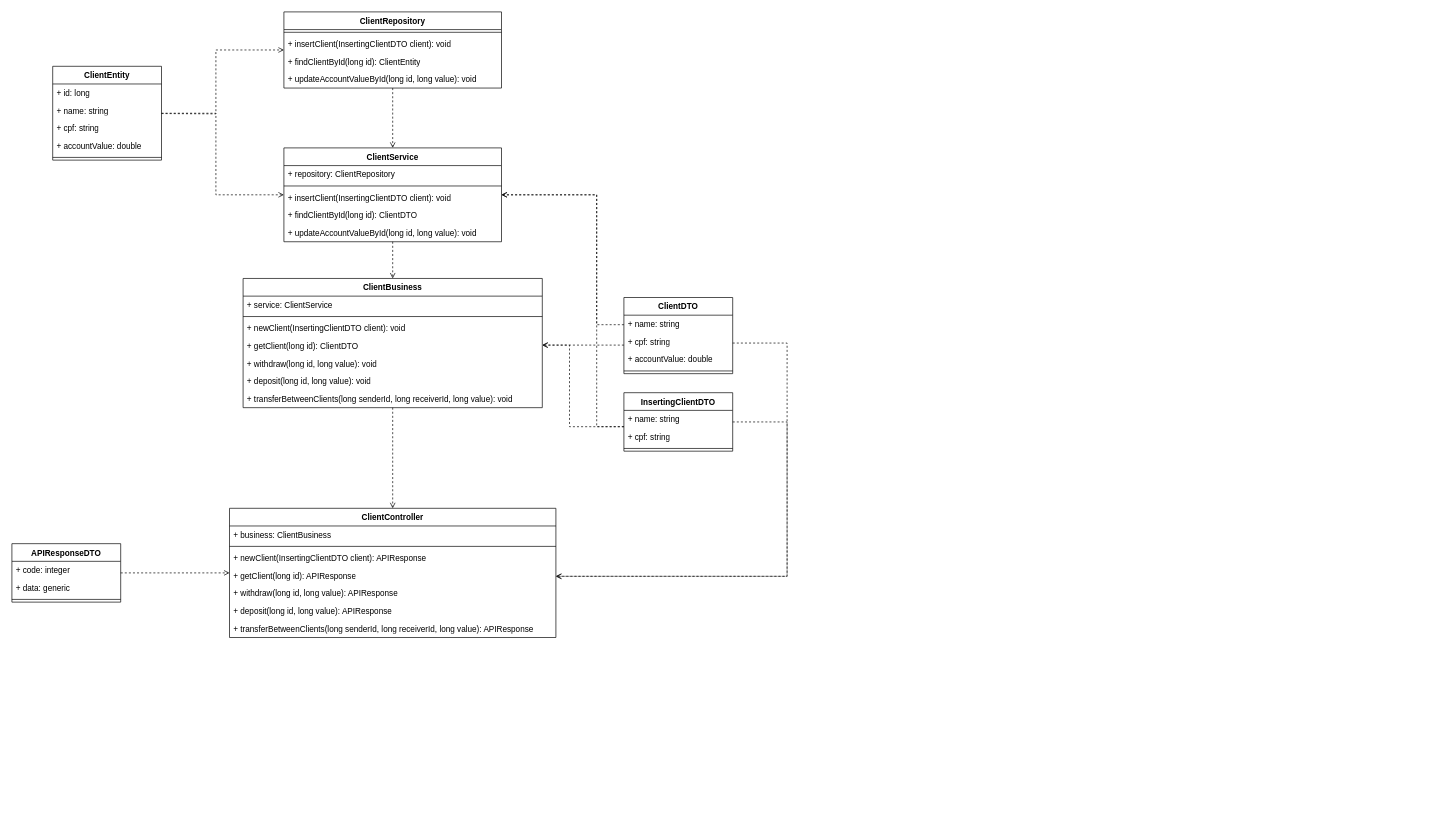
The draw.io diagram Diagrama sem nome.drawio in Bruzaum/gestaoBancaria-SOO, before the edit. Source tidied: cells renumbered, new cells numbered last; positions are measured from the earlier drawing's top-left corner, leaving out a move shared by most shapes. Both pictures are drawn from the tidied source at 68%, with x=0, y=0 at pixel (12, 12).
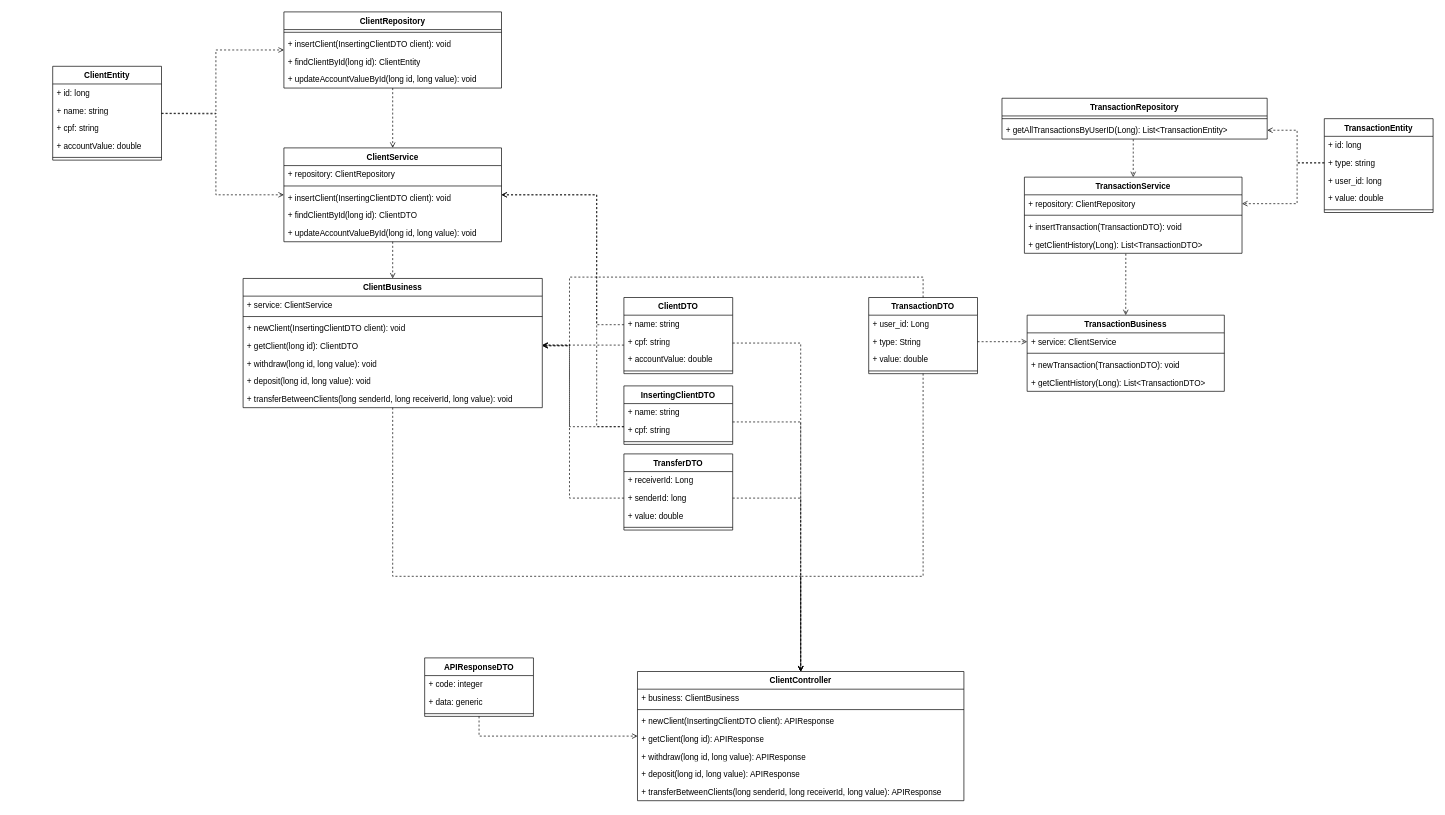
The same page after the edit.

Unchanged cells that the change refers to:
```xml
<mxCell id="24" value="ClientBusiness" style="swimlane;fontStyle=1;align=center;verticalAlign=top;horizontal=1;startSize=26;whiteSpace=wrap;html=1;" parent="1" vertex="1">
  <mxGeometry x="340" y="392" width="440" height="190" as="geometry" />
</mxCell>
<mxCell id="28" value="+ getClient(long id): ClientDTO" style="text;strokeColor=none;fillColor=none;align=left;verticalAlign=top;spacingLeft=4;spacingRight=4;overflow=hidden;points=[[0,0.5],[1,0.5]];portConstraint=eastwest;whiteSpace=wrap;html=1;" parent="24" vertex="1">
  <mxGeometry y="86" width="440" height="26" as="geometry" />
</mxCell>
<mxCell id="56" value="ClientDTO" style="swimlane;fontStyle=1;align=center;verticalAlign=top;horizontal=1;startSize=26;whiteSpace=wrap;html=1;" parent="1" vertex="1">
  <mxGeometry x="900" y="420" width="160" height="112" as="geometry" />
</mxCell>
```

Diff of the diagram source:
```diff
@@
     <mxCell id="23" style="rounded=0;jettySize=auto;html=1;entryX=0.5;entryY=0;entryDx=0;entryDy=0;dashed=1;endArrow=open;endFill=0;" parent="1" edge="1" source="24" target="32">
-      <mxGeometry relative="1" as="geometry" />
+      <mxGeometry relative="1" as="geometry">
+        <Array as="points">
+          <mxPoint x="560" y="830" />
+          <mxPoint x="1160" y="830" />
+        </Array>
+      </mxGeometry>
     </mxCell>
@@
     <mxCell id="32" value="ClientController" style="swimlane;fontStyle=1;align=center;verticalAlign=top;horizontal=1;startSize=26;whiteSpace=wrap;html=1;" parent="1" vertex="1">
-      <mxGeometry x="320" y="730" width="480" height="190" as="geometry" />
+      <mxGeometry x="920" y="970" width="480" height="190" as="geometry" />
     </mxCell>
@@
     <mxCell id="40" style="edgeStyle=orthogonalEdgeStyle;rounded=0;jettySize=auto;html=1;dashed=1;endArrow=open;endFill=0;" parent="1" edge="1" source="41" target="32">
-      <mxGeometry relative="1" as="geometry" />
+      <mxGeometry relative="1" as="geometry">
+        <Array as="points">
+          <mxPoint x="687" y="1065" />
+        </Array>
+      </mxGeometry>
     </mxCell>
     <mxCell id="41" value="APIResponseDTO" style="swimlane;fontStyle=1;align=center;verticalAlign=top;horizontal=1;startSize=26;whiteSpace=wrap;html=1;" parent="1" vertex="1">
-      <mxGeometry y="782" width="160" height="86" as="geometry" />
+      <mxGeometry x="607" y="950" width="160" height="86" as="geometry" />
     </mxCell>
@@
     <mxCell id="45" style="edgeStyle=orthogonalEdgeStyle;rounded=0;jettySize=auto;html=1;dashed=1;endArrow=open;endFill=0;fillColor=#dae8fc;strokeColor=#000000;" parent="1" edge="1" source="49" target="32">
       <mxGeometry relative="1" as="geometry">
         <Array as="points">
-          <mxPoint x="1140" y="603" />
-          <mxPoint x="1140" y="830" />
+          <mxPoint x="1160" y="603" />
         </Array>
       </mxGeometry>
     </mxCell>
@@
     <mxCell id="49" value="InsertingClientDTO" style="swimlane;fontStyle=1;align=center;verticalAlign=top;horizontal=1;startSize=26;whiteSpace=wrap;html=1;" parent="1" vertex="1">
-      <mxGeometry x="900" y="560" width="160" height="86" as="geometry" />
+      <mxGeometry x="900" y="550" width="160" height="86" as="geometry" />
     </mxCell>
@@
     <mxCell id="54" style="edgeStyle=orthogonalEdgeStyle;rounded=0;jettySize=auto;html=1;dashed=1;endArrow=open;endFill=0;fillColor=#dae8fc;strokeColor=#000000;" parent="1" edge="1" source="56" target="32">
       <mxGeometry relative="1" as="geometry">
         <Array as="points">
-          <mxPoint x="1140" y="487" />
-          <mxPoint x="1140" y="830" />
+          <mxPoint x="1160" y="487" />
         </Array>
       </mxGeometry>
     </mxCell>
@@
+    <mxCell id="61" value="TransactionEntity" style="swimlane;fontStyle=1;align=center;verticalAlign=top;horizontal=1;startSize=26;whiteSpace=wrap;html=1;fillColor=default;" parent="1" vertex="1">
+      <mxGeometry x="1930" y="157" width="160" height="138" as="geometry" />
+    </mxCell>
+    <mxCell id="62" value="+ id: long" style="text;strokeColor=none;fillColor=none;align=left;verticalAlign=top;spacingLeft=4;spacingRight=4;overflow=hidden;whiteSpace=wrap;html=1;" parent="61" vertex="1">
+      <mxGeometry y="26" width="160" height="26" as="geometry" />
+    </mxCell>
+    <mxCell id="63" value="+ type: string" style="text;strokeColor=none;fillColor=none;align=left;verticalAlign=top;spacingLeft=4;spacingRight=4;overflow=hidden;points=[[0,0.5],[1,0.5]];portConstraint=eastwest;whiteSpace=wrap;html=1;" parent="61" vertex="1">
+      <mxGeometry y="52" width="160" height="26" as="geometry" />
+    </mxCell>
+    <mxCell id="64" value="+ user_id: long" style="text;strokeColor=none;fillColor=none;align=left;verticalAlign=top;spacingLeft=4;spacingRight=4;overflow=hidden;whiteSpace=wrap;html=1;" parent="61" vertex="1">
+      <mxGeometry y="78" width="160" height="26" as="geometry" />
+    </mxCell>
+    <mxCell id="65" value="+ value: double" style="text;strokeColor=none;fillColor=none;align=left;verticalAlign=top;spacingLeft=4;spacingRight=4;overflow=hidden;whiteSpace=wrap;html=1;" parent="61" vertex="1">
+      <mxGeometry y="104" width="160" height="26" as="geometry" />
+    </mxCell>
+    <mxCell id="66" style="line;strokeWidth=1;fillColor=none;align=left;verticalAlign=middle;spacingTop=-1;spacingLeft=3;spacingRight=3;labelPosition=right;strokeColor=inherit;" parent="61" vertex="1">
+      <mxGeometry y="130" width="160" height="8" as="geometry" />
+    </mxCell>
+    <mxCell id="67" value="TransactionRepository" style="swimlane;fontStyle=1;align=center;verticalAlign=top;horizontal=1;startSize=26;whiteSpace=wrap;html=1;" parent="1" vertex="1">
+      <mxGeometry x="1456" y="127" width="390" height="60" as="geometry" />
+    </mxCell>
+    <mxCell id="68" style="line;strokeWidth=1;fillColor=none;align=left;verticalAlign=middle;spacingTop=-1;spacingLeft=3;spacingRight=3;labelPosition=right;strokeColor=inherit;" parent="67" vertex="1">
+      <mxGeometry y="26" width="390" height="8" as="geometry" />
+    </mxCell>
+    <mxCell id="69" value="+ getAllTransactionsByUserID(Long): List&amp;lt;TransactionEntity&amp;gt;" style="text;strokeColor=none;fillColor=none;align=left;verticalAlign=top;spacingLeft=4;spacingRight=4;overflow=hidden;points=[[0,0.5],[1,0.5]];portConstraint=eastwest;whiteSpace=wrap;html=1;" parent="67" vertex="1">
+      <mxGeometry y="34" width="390" height="26" as="geometry" />
+    </mxCell>
+    <mxCell id="70" style="rounded=0;jettySize=auto;html=1;entryX=1;entryY=0.5;entryDx=0;entryDy=0;endArrow=open;endFill=0;dashed=1;exitX=0;exitY=0.5;exitDx=0;exitDy=0;" parent="1" edge="1" source="63" target="69">
+      <mxGeometry relative="1" as="geometry">
+        <Array as="points">
+          <mxPoint x="1890" y="222" />
+          <mxPoint x="1890" y="174" />
+        </Array>
+      </mxGeometry>
+    </mxCell>
+    <mxCell id="71" value="&lt;div&gt;TransactionService&lt;/div&gt;" style="swimlane;fontStyle=1;align=center;verticalAlign=top;horizontal=1;startSize=26;whiteSpace=wrap;html=1;" parent="1" vertex="1">
+      <mxGeometry x="1489" y="243" width="320" height="112" as="geometry" />
+    </mxCell>
+    <mxCell id="72" value="+ repository: ClientRepository" style="text;strokeColor=none;fillColor=none;align=left;verticalAlign=top;spacingLeft=4;spacingRight=4;overflow=hidden;points=[[0,0.5],[1,0.5]];portConstraint=eastwest;whiteSpace=wrap;html=1;" parent="71" vertex="1">
+      <mxGeometry y="26" width="320" height="26" as="geometry" />
+    </mxCell>
+    <mxCell id="73" style="line;strokeWidth=1;fillColor=none;align=left;verticalAlign=middle;spacingTop=-1;spacingLeft=3;spacingRight=3;labelPosition=right;strokeColor=inherit;" parent="71" vertex="1">
+      <mxGeometry y="52" width="320" height="8" as="geometry" />
+    </mxCell>
+    <mxCell id="74" value="+ insertTransaction(TransactionDTO): void" style="text;strokeColor=none;fillColor=none;align=left;verticalAlign=top;spacingLeft=4;spacingRight=4;overflow=hidden;whiteSpace=wrap;html=1;" parent="71" vertex="1">
+      <mxGeometry y="60" width="320" height="26" as="geometry" />
+    </mxCell>
+    <mxCell id="75" value="+ getClientHistory(Long): List&amp;lt;TransactionDTO&amp;gt;" style="text;strokeColor=none;fillColor=none;align=left;verticalAlign=top;spacingLeft=4;spacingRight=4;overflow=hidden;points=[[0,0.5],[1,0.5]];portConstraint=eastwest;whiteSpace=wrap;html=1;" parent="71" vertex="1">
+      <mxGeometry y="86" width="320" height="26" as="geometry" />
+    </mxCell>
+    <mxCell id="76" value="TransactionBusiness" style="swimlane;fontStyle=1;align=center;verticalAlign=top;horizontal=1;startSize=26;whiteSpace=wrap;html=1;" parent="1" vertex="1">
+      <mxGeometry x="1493" y="446" width="290" height="112" as="geometry" />
+    </mxCell>
+    <mxCell id="77" value="+ service: ClientService" style="text;strokeColor=none;fillColor=none;align=left;verticalAlign=top;spacingLeft=4;spacingRight=4;overflow=hidden;points=[[0,0.5],[1,0.5]];portConstraint=eastwest;whiteSpace=wrap;html=1;" parent="76" vertex="1">
+      <mxGeometry y="26" width="290" height="26" as="geometry" />
+    </mxCell>
+    <mxCell id="78" style="line;strokeWidth=1;fillColor=none;align=left;verticalAlign=middle;spacingTop=-1;spacingLeft=3;spacingRight=3;labelPosition=right;strokeColor=inherit;" parent="76" vertex="1">
+      <mxGeometry y="52" width="290" height="8" as="geometry" />
+    </mxCell>
+    <mxCell id="79" value="+ newTransaction(TransactionDTO): void" style="text;strokeColor=none;fillColor=none;align=left;verticalAlign=top;spacingLeft=4;spacingRight=4;overflow=hidden;whiteSpace=wrap;html=1;" parent="76" vertex="1">
+      <mxGeometry y="60" width="290" height="26" as="geometry" />
+    </mxCell>
+    <mxCell id="80" value="+ getClientHistory(Long): List&amp;lt;TransactionDTO&amp;gt;" style="text;strokeColor=none;fillColor=none;align=left;verticalAlign=top;spacingLeft=4;spacingRight=4;overflow=hidden;whiteSpace=wrap;html=1;" parent="76" vertex="1">
+      <mxGeometry y="86" width="290" height="26" as="geometry" />
+    </mxCell>
+    <mxCell id="81" style="rounded=0;jettySize=auto;html=1;entryX=0.5;entryY=0;entryDx=0;entryDy=0;endArrow=open;endFill=0;dashed=1;exitX=0.495;exitY=1.015;exitDx=0;exitDy=0;exitPerimeter=0;" parent="1" edge="1" source="69" target="71">
+      <mxGeometry relative="1" as="geometry" />
+    </mxCell>
+    <mxCell id="82" style="rounded=0;jettySize=auto;html=1;entryX=0.5;entryY=0;entryDx=0;entryDy=0;endArrow=open;endFill=0;dashed=1;exitX=0.466;exitY=1.026;exitDx=0;exitDy=0;exitPerimeter=0;" parent="1" edge="1" source="75" target="76">
+      <mxGeometry relative="1" as="geometry" />
+    </mxCell>
+    <mxCell id="83" value="TransactionDTO" style="swimlane;fontStyle=1;align=center;verticalAlign=top;horizontal=1;startSize=26;whiteSpace=wrap;html=1;" parent="1" vertex="1">
+      <mxGeometry x="1260" y="420" width="160" height="112" as="geometry" />
+    </mxCell>
+    <mxCell id="84" value="+&amp;nbsp;user_id: Long" style="text;strokeColor=none;fillColor=none;align=left;verticalAlign=top;spacingLeft=4;spacingRight=4;overflow=hidden;whiteSpace=wrap;html=1;" parent="83" vertex="1">
+      <mxGeometry y="26" width="160" height="26" as="geometry" />
+    </mxCell>
+    <mxCell id="85" value="+&amp;nbsp;type: String" style="text;strokeColor=none;fillColor=none;align=left;verticalAlign=top;spacingLeft=4;spacingRight=4;overflow=hidden;points=[[0,0.5],[1,0.5]];portConstraint=eastwest;whiteSpace=wrap;html=1;" parent="83" vertex="1">
+      <mxGeometry y="52" width="160" height="26" as="geometry" />
+    </mxCell>
+    <mxCell id="86" value="+&amp;nbsp;value: double" style="text;strokeColor=none;fillColor=none;align=left;verticalAlign=top;spacingLeft=4;spacingRight=4;overflow=hidden;whiteSpace=wrap;html=1;" parent="83" vertex="1">
+      <mxGeometry y="78" width="160" height="26" as="geometry" />
+    </mxCell>
+    <mxCell id="87" style="line;strokeWidth=1;fillColor=none;align=left;verticalAlign=middle;spacingTop=-1;spacingLeft=3;spacingRight=3;labelPosition=right;strokeColor=inherit;" parent="83" vertex="1">
+      <mxGeometry y="104" width="160" height="8" as="geometry" />
+    </mxCell>
+    <mxCell id="88" style="rounded=0;jettySize=auto;html=1;entryX=0.5;entryY=0;entryDx=0;entryDy=0;endArrow=open;endFill=0;dashed=1;exitX=0.5;exitY=1;exitDx=0;exitDy=0;" parent="1" edge="1" source="83" target="32">
+      <mxGeometry relative="1" as="geometry">
+        <Array as="points">
+          <mxPoint x="1340" y="830" />
+          <mxPoint x="1160" y="830" />
+        </Array>
+      </mxGeometry>
+    </mxCell>
+    <mxCell id="89" style="edgeStyle=orthogonalEdgeStyle;rounded=0;jettySize=auto;html=1;dashed=1;endArrow=open;endFill=0;fillColor=#ffe6cc;strokeColor=#000000;exitX=0.5;exitY=0;exitDx=0;exitDy=0;entryX=1;entryY=0.5;entryDx=0;entryDy=0;" parent="1" edge="1" source="83" target="28">
+      <mxGeometry relative="1" as="geometry">
+        <Array as="points">
+          <mxPoint x="1340" y="390" />
+          <mxPoint x="820" y="390" />
+          <mxPoint x="820" y="491" />
+        </Array>
+      </mxGeometry>
+    </mxCell>
+    <mxCell id="90" style="rounded=0;jettySize=auto;html=1;entryX=0;entryY=0.5;entryDx=0;entryDy=0;endArrow=open;endFill=0;dashed=1;exitX=1;exitY=0.5;exitDx=0;exitDy=0;" parent="1" edge="1" source="85" target="77">
+      <mxGeometry relative="1" as="geometry" />
+    </mxCell>
+    <mxCell id="91" value="TransferDTO" style="swimlane;fontStyle=1;align=center;verticalAlign=top;horizontal=1;startSize=26;whiteSpace=wrap;html=1;" parent="1" vertex="1">
+      <mxGeometry x="900" y="650" width="160" height="112" as="geometry" />
+    </mxCell>
+    <mxCell id="92" value="+ receiverId: Long" style="text;strokeColor=none;fillColor=none;align=left;verticalAlign=top;spacingLeft=4;spacingRight=4;overflow=hidden;whiteSpace=wrap;html=1;" parent="91" vertex="1">
+      <mxGeometry y="26" width="160" height="26" as="geometry" />
+    </mxCell>
+    <mxCell id="93" value="+ senderId: long" style="text;strokeColor=none;fillColor=none;align=left;verticalAlign=top;spacingLeft=4;spacingRight=4;overflow=hidden;points=[[0,0.5],[1,0.5]];portConstraint=eastwest;whiteSpace=wrap;html=1;" parent="91" vertex="1">
+      <mxGeometry y="52" width="160" height="26" as="geometry" />
+    </mxCell>
+    <mxCell id="94" value="+ value: double" style="text;strokeColor=none;fillColor=none;align=left;verticalAlign=top;spacingLeft=4;spacingRight=4;overflow=hidden;whiteSpace=wrap;html=1;" parent="91" vertex="1">
+      <mxGeometry y="78" width="160" height="26" as="geometry" />
+    </mxCell>
+    <mxCell id="95" style="line;strokeWidth=1;fillColor=none;align=left;verticalAlign=middle;spacingTop=-1;spacingLeft=3;spacingRight=3;labelPosition=right;strokeColor=inherit;" parent="91" vertex="1">
+      <mxGeometry y="104" width="160" height="8" as="geometry" />
+    </mxCell>
+    <mxCell id="96" style="edgeStyle=orthogonalEdgeStyle;rounded=0;jettySize=auto;html=1;dashed=1;endArrow=open;endFill=0;fillColor=#ffe6cc;strokeColor=#000000;entryX=1;entryY=0.5;entryDx=0;entryDy=0;exitX=0;exitY=0.5;exitDx=0;exitDy=0;" parent="1" edge="1" source="93" target="28">
+      <mxGeometry relative="1" as="geometry">
+        <Array as="points">
+          <mxPoint x="820" y="715" />
+          <mxPoint x="820" y="491" />
+        </Array>
+      </mxGeometry>
+    </mxCell>
+    <mxCell id="97" style="rounded=0;jettySize=auto;html=1;dashed=1;endArrow=open;endFill=0;exitX=1;exitY=0.5;exitDx=0;exitDy=0;entryX=0.5;entryY=0;entryDx=0;entryDy=0;" parent="1" edge="1" source="93" target="32">
+      <mxGeometry relative="1" as="geometry">
+        <Array as="points">
+          <mxPoint x="1160" y="715" />
+        </Array>
+      </mxGeometry>
+    </mxCell>
+    <mxCell id="98" style="rounded=0;jettySize=auto;html=1;entryX=1;entryY=0.5;entryDx=0;entryDy=0;endArrow=open;endFill=0;dashed=1;exitX=0;exitY=0.5;exitDx=0;exitDy=0;" parent="1" edge="1" source="63" target="72">
+      <mxGeometry relative="1" as="geometry">
+        <Array as="points">
+          <mxPoint x="1890" y="222" />
+          <mxPoint x="1890" y="282" />
+        </Array>
+      </mxGeometry>
+    </mxCell>
```
